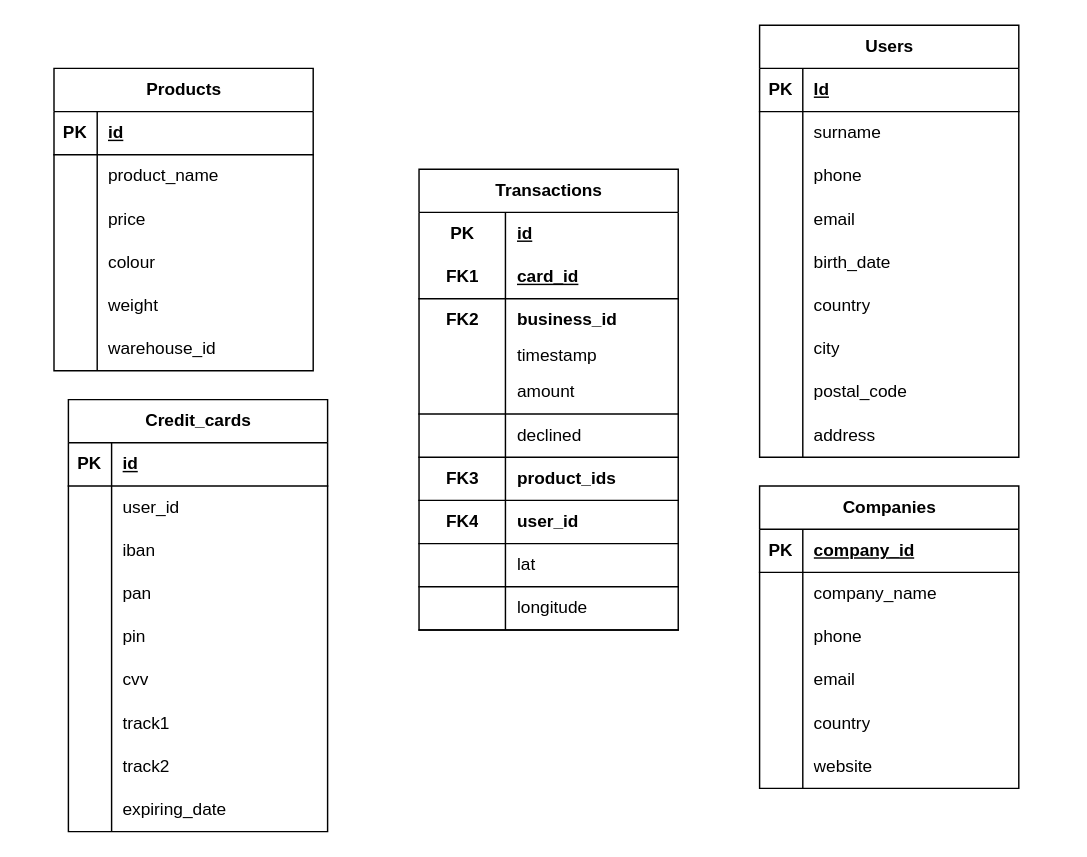
This is Sprint 4_Data Modeling_SQL.drawio from Paulacharui/Sprint-4, a draw.io file, before an edit. Source tidied: cells renumbered, new cells numbered last; positions are measured from the earlier drawing's top-left corner, leaving out a move shared by most shapes. Both pictures are drawn from the tidied source at 144%, with x=0, y=0 at pixel (53, 24).
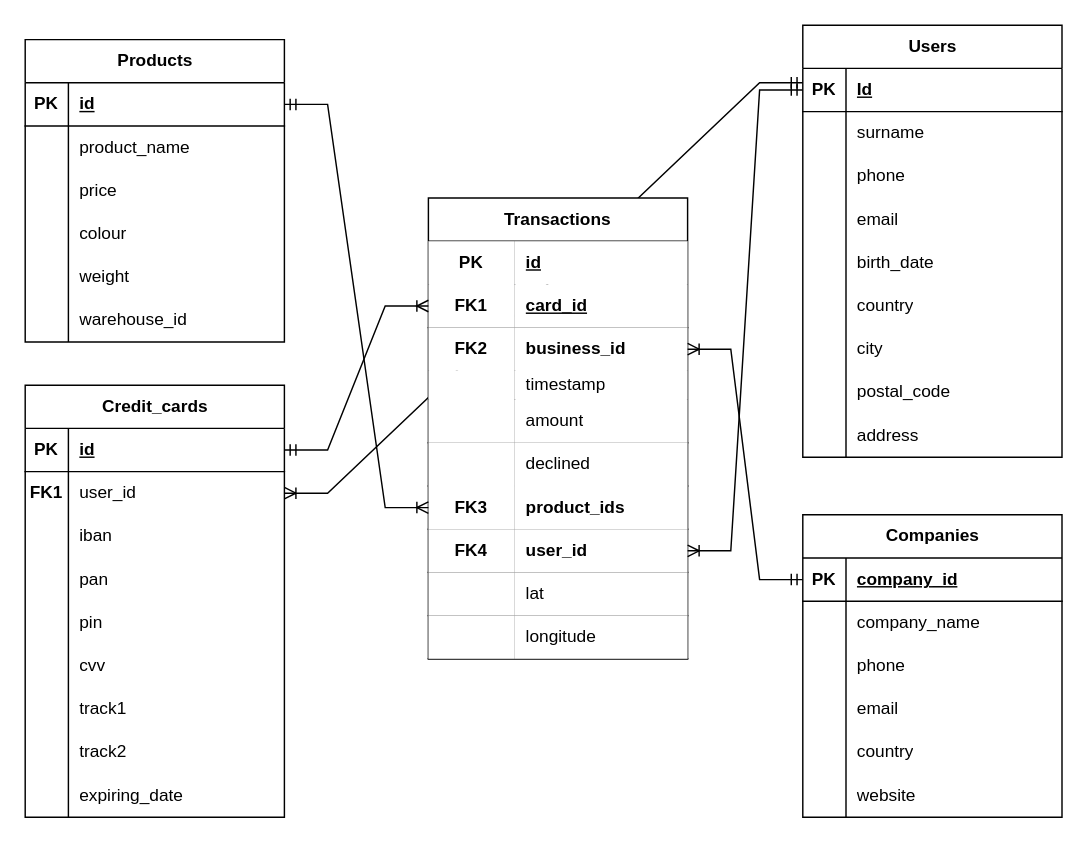
The same page after the edit.

The change refers to these unchanged cells:
```xml
<mxCell id="3" style="shape=tableRow;horizontal=0;startSize=0;swimlaneHead=0;swimlaneBody=0;fillColor=none;points=[[0,0.5],[1,0.5]];portConstraint=eastwest;top=0;left=0;right=0;bottom=1;" parent="2" vertex="1">
  <mxGeometry y="30" width="180" height="30" as="geometry" />
</mxCell>
<mxCell id="31" style="shape=tableRow;horizontal=0;startSize=0;swimlaneHead=0;swimlaneBody=0;fillColor=none;points=[[0,0.5],[1,0.5]];portConstraint=eastwest;top=0;left=0;right=0;bottom=1;" parent="30" vertex="1">
  <mxGeometry y="30" width="180" height="30" as="geometry" />
</mxCell>
<mxCell id="50" style="shape=tableRow;horizontal=0;startSize=0;swimlaneHead=0;swimlaneBody=0;fillColor=none;points=[[0,0.5],[1,0.5]];portConstraint=eastwest;top=0;left=0;right=0;bottom=1;" parent="49" vertex="1">
  <mxGeometry y="30" width="180" height="30" as="geometry" />
</mxCell>
<mxCell id="53" style="shape=tableRow;horizontal=0;startSize=0;swimlaneHead=0;swimlaneBody=0;fillColor=none;points=[[0,0.5],[1,0.5]];portConstraint=eastwest;top=0;left=0;right=0;bottom=0;" parent="49" vertex="1">
  <mxGeometry y="60" width="180" height="30" as="geometry" />
</mxCell>
<mxCell id="78" style="shape=tableRow;horizontal=0;startSize=0;swimlaneHead=0;swimlaneBody=0;fillColor=none;points=[[0,0.5],[1,0.5]];portConstraint=eastwest;top=0;left=0;right=0;bottom=1;" parent="77" vertex="1">
  <mxGeometry y="30" width="180" height="30" as="geometry" />
</mxCell>
<mxCell id="97" style="shape=tableRow;horizontal=0;startSize=0;swimlaneHead=0;swimlaneBody=0;fillColor=none;top=0;left=0;right=0;bottom=0;html=1;" parent="96" vertex="1">
  <mxGeometry y="30" width="180" height="30" as="geometry" />
</mxCell>
<mxCell id="100" style="shape=tableRow;horizontal=0;startSize=0;swimlaneHead=0;swimlaneBody=0;fillColor=none;points=[[0,0.5],[1,0.5]];portConstraint=eastwest;top=0;left=0;right=0;bottom=1;html=1;" parent="96" vertex="1">
  <mxGeometry y="60" width="180" height="30" as="geometry" />
</mxCell>
<mxCell id="103" style="shape=tableRow;horizontal=0;startSize=0;swimlaneHead=0;swimlaneBody=0;fillColor=none;points=[[0,0.5],[1,0.5]];portConstraint=eastwest;top=0;left=0;right=0;bottom=0;html=1;" parent="96" vertex="1">
  <mxGeometry y="90" width="180" height="30" as="geometry" />
</mxCell>
<mxCell id="106" style="shape=tableRow;horizontal=0;startSize=0;swimlaneHead=0;swimlaneBody=0;fillColor=none;top=0;left=0;right=0;bottom=0;html=1;" parent="96" vertex="1">
  <mxGeometry y="120" width="180" height="20" as="geometry" />
</mxCell>
<mxCell id="109" style="shape=tableRow;horizontal=0;startSize=0;swimlaneHead=0;swimlaneBody=0;fillColor=none;top=0;left=0;right=0;bottom=1;html=1;" parent="96" vertex="1">
  <mxGeometry y="140" width="180" height="30" as="geometry" />
</mxCell>
<mxCell id="112" style="shape=tableRow;horizontal=0;startSize=0;swimlaneHead=0;swimlaneBody=0;fillColor=none;top=0;left=0;right=0;bottom=1;html=1;" parent="96" vertex="1">
  <mxGeometry y="170" width="180" height="30" as="geometry" />
</mxCell>
<mxCell id="115" style="shape=tableRow;horizontal=0;startSize=0;swimlaneHead=0;swimlaneBody=0;fillColor=none;points=[[0,0.5],[1,0.5]];portConstraint=eastwest;top=0;left=0;right=0;bottom=1;html=1;" parent="96" vertex="1">
  <mxGeometry y="200" width="180" height="30" as="geometry" />
</mxCell>
<mxCell id="118" style="shape=tableRow;horizontal=0;startSize=0;swimlaneHead=0;swimlaneBody=0;fillColor=none;points=[[0,0.5],[1,0.5]];portConstraint=eastwest;top=0;left=0;right=0;bottom=1;html=1;" parent="96" vertex="1">
  <mxGeometry y="230" width="180" height="30" as="geometry" />
</mxCell>
<mxCell id="121" style="shape=tableRow;horizontal=0;startSize=0;swimlaneHead=0;swimlaneBody=0;fillColor=none;top=0;left=0;right=0;bottom=1;html=1;" parent="96" vertex="1">
  <mxGeometry y="260" width="180" height="30" as="geometry" />
</mxCell>
<mxCell id="124" style="shape=tableRow;horizontal=0;startSize=0;swimlaneHead=0;swimlaneBody=0;fillColor=none;top=0;left=0;right=0;bottom=1;html=1;" parent="96" vertex="1">
  <mxGeometry y="290" width="180" height="30" as="geometry" />
</mxCell>
```

Diff of the diagram source:
```diff
@@
+    <mxCell id="127" style="edgeStyle=entityRelationEdgeStyle;fontSize=12;html=1;endArrow=ERoneToMany;startArrow=ERmandOne;rounded=0;exitX=0;exitY=0.333;exitDx=0;exitDy=0;exitPerimeter=0;" parent="1" edge="1" source="3" target="53">
+      <mxGeometry relative="1" as="geometry">
+        <Array as="points">
+          <mxPoint x="300" y="70" />
+        </Array>
+      </mxGeometry>
+    </mxCell>
     <mxCell id="2" value="Users" style="shape=table;startSize=30;childLayout=tableLayout;rowLines=0;fontStyle=1;align=center;html=1;" parent="1" vertex="1">
-      <mxGeometry x="490" width="180" height="300" as="geometry" />
+      <mxGeometry x="520" width="180" height="300" as="geometry" />
     </mxCell>
@@
     <mxCell id="30" value="Products" style="shape=table;startSize=30;childLayout=tableLayout;rowLines=0;fontStyle=1;align=center;html=1;" parent="1" vertex="1">
-      <mxGeometry y="30" width="180" height="210" as="geometry" />
+      <mxGeometry x="-20" y="10" width="180" height="210" as="geometry" />
     </mxCell>
@@
     <mxCell id="49" value="Credit_cards" style="shape=table;startSize=30;childLayout=tableLayout;rowLines=0;fontStyle=1;align=center;html=1;" parent="1" vertex="1">
-      <mxGeometry x="10" y="260" width="180" height="300" as="geometry" />
+      <mxGeometry x="-20" y="250" width="180" height="300" as="geometry" />
     </mxCell>
@@
-    <mxCell id="54" style="shape=partialRectangle;fillColor=none;top=0;left=0;bottom=0;right=0;overflow=hidden;whiteSpace=wrap;html=1;" parent="53" vertex="1">
+    <mxCell id="54" value="&lt;b&gt;FK1&lt;/b&gt;" style="shape=partialRectangle;fillColor=none;top=0;left=0;bottom=0;right=0;overflow=hidden;whiteSpace=wrap;html=1;" parent="53" vertex="1">
       <mxGeometry width="30" height="30" as="geometry" />
     </mxCell>
@@
     <mxCell id="77" value="Companies" style="shape=table;startSize=30;childLayout=tableLayout;rowLines=0;fontStyle=1;align=center;html=1;" parent="1" vertex="1">
-      <mxGeometry x="490" y="320" width="180" height="210" as="geometry" />
+      <mxGeometry x="520" y="340" width="180" height="210" as="geometry" />
     </mxCell>
@@
-    <mxCell id="96" value="Transactions" style="shape=table;startSize=30;childLayout=tableLayout;rowLines=0;fontStyle=1;align=center;html=1;whiteSpace=wrap;" parent="1" vertex="1">
-      <mxGeometry x="253.5" y="100" width="180" height="320" as="geometry" />
+    <mxCell id="96" value="Transactions" style="shape=table;startSize=30;childLayout=tableLayout;rowLines=0;fontStyle=1;align=center;html=1;whiteSpace=wrap;fillStyle=auto;" parent="1" vertex="1">
+      <mxGeometry x="260" y="120" width="180" height="320" as="geometry" />
     </mxCell>
@@
-    <mxCell id="98" value="PK" style="shape=partialRectangle;fillColor=none;top=0;left=0;bottom=0;right=0;fontStyle=1;overflow=hidden;html=1;whiteSpace=wrap;" parent="97" vertex="1">
+    <mxCell id="98" value="PK" style="shape=partialRectangle;top=0;left=0;bottom=0;right=0;fontStyle=1;overflow=hidden;html=1;whiteSpace=wrap;" parent="97" vertex="1">
       <mxGeometry width="60" height="30" as="geometry" />
     </mxCell>
-    <mxCell id="99" value="id" style="shape=partialRectangle;fillColor=none;top=0;left=0;bottom=0;right=0;align=left;spacingLeft=6;fontStyle=5;overflow=hidden;html=1;whiteSpace=wrap;" parent="97" vertex="1">
+    <mxCell id="99" value="id" style="shape=partialRectangle;fillColor=default;top=0;left=0;bottom=0;right=0;align=left;spacingLeft=6;fontStyle=5;overflow=hidden;html=1;whiteSpace=wrap;" parent="97" vertex="1">
       <mxGeometry x="60" width="120" height="30" as="geometry" />
     </mxCell>
@@
-    <mxCell id="101" value="FK1" style="shape=partialRectangle;fillColor=none;top=0;left=0;bottom=0;right=0;fontStyle=1;overflow=hidden;html=1;whiteSpace=wrap;" parent="100" vertex="1">
+    <mxCell id="101" value="FK1" style="shape=partialRectangle;top=0;left=0;bottom=0;right=0;fontStyle=1;overflow=hidden;html=1;whiteSpace=wrap;" parent="100" vertex="1">
       <mxGeometry width="60" height="30" as="geometry" />
     </mxCell>
-    <mxCell id="102" value="card_id" style="shape=partialRectangle;fillColor=none;top=0;left=0;bottom=0;right=0;align=left;spacingLeft=6;fontStyle=5;overflow=hidden;html=1;whiteSpace=wrap;" parent="100" vertex="1">
+    <mxCell id="102" value="card_id" style="shape=partialRectangle;top=0;left=0;bottom=0;right=0;align=left;spacingLeft=6;fontStyle=5;overflow=hidden;html=1;whiteSpace=wrap;" parent="100" vertex="1">
       <mxGeometry x="60" width="120" height="30" as="geometry" />
     </mxCell>
@@
-    <mxCell id="104" value="&lt;b&gt;FK2&lt;/b&gt;" style="shape=partialRectangle;fillColor=none;top=0;left=0;bottom=0;right=0;overflow=hidden;html=1;whiteSpace=wrap;" parent="103" vertex="1">
+    <mxCell id="104" value="&lt;b&gt;FK2&lt;/b&gt;" style="shape=partialRectangle;top=0;left=0;bottom=0;right=0;overflow=hidden;html=1;whiteSpace=wrap;" parent="103" vertex="1">
       <mxGeometry width="60" height="30" as="geometry" />
     </mxCell>
-    <mxCell id="105" value="&lt;b&gt;business_id&lt;/b&gt;" style="shape=partialRectangle;fillColor=none;top=0;left=0;bottom=0;right=0;align=left;spacingLeft=6;overflow=hidden;html=1;whiteSpace=wrap;" parent="103" vertex="1">
+    <mxCell id="105" value="&lt;b&gt;business_id&lt;/b&gt;" style="shape=partialRectangle;top=0;left=0;bottom=0;right=0;align=left;spacingLeft=6;overflow=hidden;html=1;whiteSpace=wrap;" parent="103" vertex="1">
       <mxGeometry x="60" width="120" height="30" as="geometry" />
     </mxCell>
@@
-    <mxCell id="107" style="shape=partialRectangle;fillColor=none;top=0;left=0;bottom=0;right=0;overflow=hidden;html=1;whiteSpace=wrap;" parent="106" vertex="1">
+    <mxCell id="107" style="shape=partialRectangle;top=0;left=0;bottom=0;right=0;overflow=hidden;html=1;whiteSpace=wrap;" parent="106" vertex="1">
       <mxGeometry width="60" height="20" as="geometry" />
     </mxCell>
-    <mxCell id="108" value="timestamp" style="shape=partialRectangle;fillColor=none;top=0;left=0;bottom=0;right=0;align=left;spacingLeft=6;overflow=hidden;html=1;whiteSpace=wrap;" parent="106" vertex="1">
+    <mxCell id="108" value="timestamp" style="shape=partialRectangle;top=0;left=0;bottom=0;right=0;align=left;spacingLeft=6;overflow=hidden;html=1;whiteSpace=wrap;" parent="106" vertex="1">
       <mxGeometry x="60" width="120" height="20" as="geometry" />
     </mxCell>
@@
-    <mxCell id="110" style="shape=partialRectangle;fillColor=none;top=0;left=0;bottom=0;right=0;fontStyle=1;overflow=hidden;html=1;whiteSpace=wrap;" parent="109" vertex="1">
+    <mxCell id="110" style="shape=partialRectangle;top=0;left=0;bottom=0;right=0;fontStyle=1;overflow=hidden;html=1;whiteSpace=wrap;" parent="109" vertex="1">
       <mxGeometry width="60" height="30" as="geometry" />
     </mxCell>
-    <mxCell id="111" value="&lt;span style=&quot;font-weight: normal;&quot;&gt;amount&lt;/span&gt;" style="shape=partialRectangle;fillColor=none;top=0;left=0;bottom=0;right=0;align=left;spacingLeft=6;fontStyle=1;overflow=hidden;html=1;whiteSpace=wrap;" parent="109" vertex="1">
+    <mxCell id="111" value="&lt;span style=&quot;font-weight: normal;&quot;&gt;amount&lt;/span&gt;" style="shape=partialRectangle;top=0;left=0;bottom=0;right=0;align=left;spacingLeft=6;fontStyle=1;overflow=hidden;html=1;whiteSpace=wrap;" parent="109" vertex="1">
       <mxGeometry x="60" width="120" height="30" as="geometry" />
     </mxCell>
@@
-    <mxCell id="113" style="shape=partialRectangle;fillColor=none;top=0;left=0;bottom=0;right=0;fontStyle=1;overflow=hidden;html=1;whiteSpace=wrap;" parent="112" vertex="1">
+    <mxCell id="113" style="shape=partialRectangle;top=0;left=0;bottom=0;right=0;fontStyle=1;overflow=hidden;html=1;whiteSpace=wrap;" parent="112" vertex="1">
       <mxGeometry width="60" height="30" as="geometry" />
     </mxCell>
-    <mxCell id="114" value="&lt;span style=&quot;font-weight: normal;&quot;&gt;declined&lt;/span&gt;" style="shape=partialRectangle;fillColor=none;top=0;left=0;bottom=0;right=0;align=left;spacingLeft=6;fontStyle=1;overflow=hidden;html=1;whiteSpace=wrap;" parent="112" vertex="1">
+    <mxCell id="114" value="&lt;span style=&quot;font-weight: normal;&quot;&gt;declined&lt;/span&gt;" style="shape=partialRectangle;top=0;left=0;bottom=0;right=0;align=left;spacingLeft=6;fontStyle=1;overflow=hidden;html=1;whiteSpace=wrap;" parent="112" vertex="1">
       <mxGeometry x="60" width="120" height="30" as="geometry" />
     </mxCell>
@@
-    <mxCell id="116" value="FK3" style="shape=partialRectangle;fillColor=none;top=0;left=0;bottom=0;right=0;fontStyle=1;overflow=hidden;html=1;whiteSpace=wrap;" parent="115" vertex="1">
+    <mxCell id="116" value="FK3" style="shape=partialRectangle;top=0;left=0;bottom=0;right=0;fontStyle=1;overflow=hidden;html=1;whiteSpace=wrap;" parent="115" vertex="1">
       <mxGeometry width="60" height="30" as="geometry" />
     </mxCell>
-    <mxCell id="117" value="product_ids" style="shape=partialRectangle;fillColor=none;top=0;left=0;bottom=0;right=0;align=left;spacingLeft=6;fontStyle=1;overflow=hidden;html=1;whiteSpace=wrap;" parent="115" vertex="1">
+    <mxCell id="117" value="product_ids" style="shape=partialRectangle;top=0;left=0;bottom=0;right=0;align=left;spacingLeft=6;fontStyle=1;overflow=hidden;html=1;whiteSpace=wrap;" parent="115" vertex="1">
       <mxGeometry x="60" width="120" height="30" as="geometry" />
     </mxCell>
@@
-    <mxCell id="119" value="FK4" style="shape=partialRectangle;fillColor=none;top=0;left=0;bottom=0;right=0;fontStyle=1;overflow=hidden;html=1;whiteSpace=wrap;" parent="118" vertex="1">
+    <mxCell id="119" value="FK4" style="shape=partialRectangle;top=0;left=0;bottom=0;right=0;fontStyle=1;overflow=hidden;html=1;whiteSpace=wrap;" parent="118" vertex="1">
       <mxGeometry width="60" height="30" as="geometry" />
     </mxCell>
-    <mxCell id="120" value="user_id" style="shape=partialRectangle;fillColor=none;top=0;left=0;bottom=0;right=0;align=left;spacingLeft=6;fontStyle=1;overflow=hidden;html=1;whiteSpace=wrap;" parent="118" vertex="1">
+    <mxCell id="120" value="user_id" style="shape=partialRectangle;top=0;left=0;bottom=0;right=0;align=left;spacingLeft=6;fontStyle=1;overflow=hidden;html=1;whiteSpace=wrap;" parent="118" vertex="1">
       <mxGeometry x="60" width="120" height="30" as="geometry" />
     </mxCell>
@@
-    <mxCell id="122" style="shape=partialRectangle;fillColor=none;top=0;left=0;bottom=0;right=0;fontStyle=1;overflow=hidden;html=1;whiteSpace=wrap;" parent="121" vertex="1">
+    <mxCell id="122" style="shape=partialRectangle;top=0;left=0;bottom=0;right=0;fontStyle=1;overflow=hidden;html=1;whiteSpace=wrap;" parent="121" vertex="1">
       <mxGeometry width="60" height="30" as="geometry" />
     </mxCell>
-    <mxCell id="123" value="&lt;span style=&quot;font-weight: normal;&quot;&gt;lat&lt;/span&gt;" style="shape=partialRectangle;fillColor=none;top=0;left=0;bottom=0;right=0;align=left;spacingLeft=6;fontStyle=1;overflow=hidden;html=1;whiteSpace=wrap;" parent="121" vertex="1">
+    <mxCell id="123" value="&lt;span style=&quot;font-weight: normal;&quot;&gt;lat&lt;/span&gt;" style="shape=partialRectangle;top=0;left=0;bottom=0;right=0;align=left;spacingLeft=6;fontStyle=1;overflow=hidden;html=1;whiteSpace=wrap;" parent="121" vertex="1">
       <mxGeometry x="60" width="120" height="30" as="geometry" />
     </mxCell>
@@
-    <mxCell id="125" style="shape=partialRectangle;fillColor=none;top=0;left=0;bottom=0;right=0;fontStyle=1;overflow=hidden;html=1;whiteSpace=wrap;" parent="124" vertex="1">
+    <mxCell id="125" style="shape=partialRectangle;top=0;left=0;bottom=0;right=0;fontStyle=1;overflow=hidden;html=1;whiteSpace=wrap;" parent="124" vertex="1">
       <mxGeometry width="60" height="30" as="geometry" />
     </mxCell>
-    <mxCell id="126" value="&lt;span style=&quot;font-weight: normal;&quot;&gt;longitude&lt;/span&gt;" style="shape=partialRectangle;fillColor=none;top=0;left=0;bottom=0;right=0;align=left;spacingLeft=6;fontStyle=1;overflow=hidden;html=1;whiteSpace=wrap;" parent="124" vertex="1">
+    <mxCell id="126" value="&lt;span style=&quot;font-weight: normal;&quot;&gt;longitude&lt;/span&gt;" style="shape=partialRectangle;top=0;left=0;bottom=0;right=0;align=left;spacingLeft=6;fontStyle=1;overflow=hidden;html=1;whiteSpace=wrap;" parent="124" vertex="1">
       <mxGeometry x="60" width="120" height="30" as="geometry" />
     </mxCell>
+    <mxCell id="128" style="edgeStyle=entityRelationEdgeStyle;fontSize=12;html=1;endArrow=ERoneToMany;startArrow=ERmandOne;rounded=0;entryX=0;entryY=0.5;entryDx=0;entryDy=0;exitX=1;exitY=0.5;exitDx=0;exitDy=0;" parent="1" edge="1" source="50" target="100">
+      <mxGeometry relative="1" as="geometry" />
+    </mxCell>
+    <mxCell id="129" style="edgeStyle=entityRelationEdgeStyle;fontSize=12;html=1;endArrow=ERoneToMany;startArrow=ERmandOne;rounded=0;exitX=1;exitY=0.5;exitDx=0;exitDy=0;" parent="1" edge="1" source="31" target="115">
+      <mxGeometry relative="1" as="geometry" />
+    </mxCell>
+    <mxCell id="130" style="edgeStyle=entityRelationEdgeStyle;fontSize=12;html=1;endArrow=ERoneToMany;startArrow=ERmandOne;rounded=0;entryX=1;entryY=0.5;entryDx=0;entryDy=0;" parent="1" edge="1" source="78" target="103">
+      <mxGeometry relative="1" as="geometry" />
+    </mxCell>
+    <mxCell id="131" style="edgeStyle=entityRelationEdgeStyle;fontSize=12;html=1;endArrow=ERoneToMany;startArrow=ERmandOne;rounded=0;entryX=1;entryY=0.5;entryDx=0;entryDy=0;" parent="1" edge="1" source="3" target="118">
+      <mxGeometry relative="1" as="geometry">
+        <Array as="points">
+          <mxPoint x="510" y="54" />
+        </Array>
+      </mxGeometry>
+    </mxCell>
```
